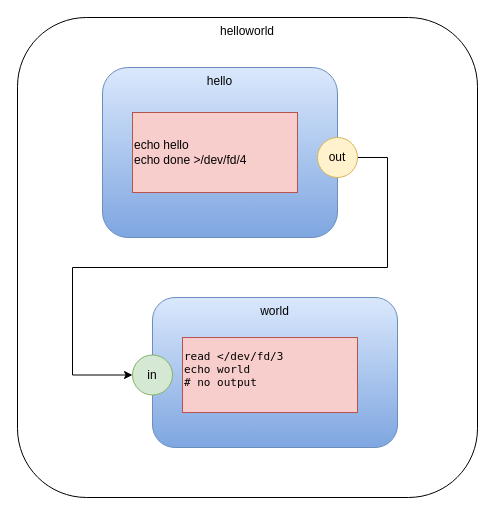
Above: shu-das2py/helloworld.drawio in guitarvydas/app (draw.io), before the change. Source tidied: cells renumbered, new cells numbered last; positions are measured from the earlier drawing's top-left corner, leaving out a move shared by most shapes. Both pictures are drawn from the tidied source at 100%, with x=0, y=0 at pixel (17, 17).
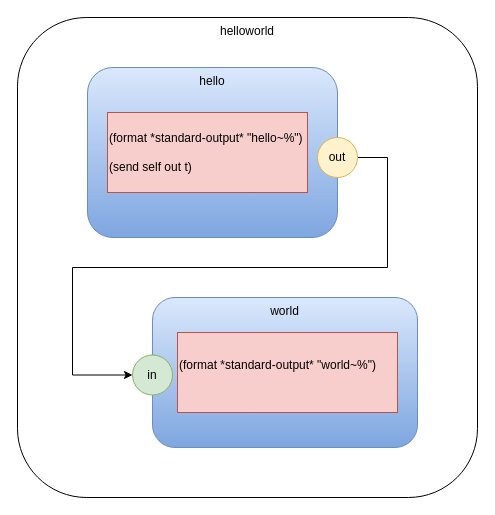
The same diagram, later.

The edit, as a diff of the source:
```diff
@@
 <mxGraphModel>
   <root>
     <mxCell id="0" />
     <mxCell id="1" parent="0" />
     <mxCell id="2" value="helloworld" style="rounded=1;whiteSpace=wrap;html=1;verticalAlign=top;" parent="1" vertex="1">
       <mxGeometry width="460" height="480" as="geometry" />
     </mxCell>
     <mxCell id="3" value="hello" style="rounded=1;whiteSpace=wrap;html=1;gradientColor=#7ea6e0;fillColor=#dae8fc;strokeColor=#6c8ebf;verticalAlign=top;" parent="1" vertex="1">
-      <mxGeometry x="85" y="50" width="235" height="170" as="geometry" />
+      <mxGeometry x="70" y="50" width="250" height="170" as="geometry" />
     </mxCell>
-    <mxCell id="4" value="&lt;div&gt;echo hello&lt;/div&gt;&lt;div&gt;&lt;/div&gt;echo done &amp;gt;/dev/fd/4" style="rounded=0;whiteSpace=wrap;html=1;fillColor=#f8cecc;strokeColor=#b85450;align=left;" parent="1" vertex="1">
-      <mxGeometry x="115" y="95" width="165" height="80" as="geometry" />
+    <mxCell id="4" value="(format *standard-output* &quot;hello~%&quot;)&lt;br&gt;&lt;br&gt;(send self out t)&lt;br&gt;&lt;div&gt;&lt;/div&gt;" style="rounded=0;whiteSpace=wrap;html=1;fillColor=#f8cecc;strokeColor=#b85450;align=left;" parent="1" vertex="1">
+      <mxGeometry x="90" y="95" width="200" height="80" as="geometry" />
     </mxCell>
     <mxCell id="5" style="edgeStyle=orthogonalEdgeStyle;rounded=0;jettySize=auto;html=1;entryX=0;entryY=0.5;entryDx=0;entryDy=0;" parent="1" edge="1" source="6" target="8">
       <mxGeometry relative="1" as="geometry">
         <Array as="points">
           <mxPoint x="370" y="140" />
           <mxPoint x="370" y="250" />
           <mxPoint x="55" y="250" />
           <mxPoint x="55" y="358" />
         </Array>
       </mxGeometry>
     </mxCell>
     <mxCell id="6" value="out" style="ellipse;whiteSpace=wrap;html=1;fillColor=#fff2cc;strokeColor=#d6b656;" parent="1" vertex="1">
       <mxGeometry x="300" y="120" width="40" height="40" as="geometry" />
     </mxCell>
     <mxCell id="7" value="world" style="rounded=1;whiteSpace=wrap;html=1;gradientColor=#7ea6e0;fillColor=#dae8fc;strokeColor=#6c8ebf;verticalAlign=top;" parent="1" vertex="1">
-      <mxGeometry x="135" y="280" width="245" height="150" as="geometry" />
+      <mxGeometry x="135" y="280" width="265" height="150" as="geometry" />
     </mxCell>
     <mxCell id="8" value="in" style="ellipse;whiteSpace=wrap;html=1;fillColor=#d5e8d4;strokeColor=#82b366;" parent="1" vertex="1">
       <mxGeometry x="115" y="337.5" width="40" height="40" as="geometry" />
     </mxCell>
-    <mxCell id="9" value="&lt;p class=&quot;p1&quot; style=&quot;margin: 0px ; font-stretch: normal ; font-size: 11px ; line-height: normal ; font-family: &amp;#34;menlo&amp;#34;&quot;&gt;&lt;span class=&quot;s1&quot;&gt;read &amp;lt;/dev/fd/3&lt;/span&gt;&lt;/p&gt;&lt;p class=&quot;p1&quot; style=&quot;margin: 0px ; font-stretch: normal ; font-size: 11px ; line-height: normal ; font-family: &amp;#34;menlo&amp;#34;&quot;&gt;&lt;span class=&quot;s1&quot;&gt;echo world&lt;/span&gt;&lt;/p&gt;&lt;p class=&quot;p1&quot; style=&quot;margin: 0px ; font-stretch: normal ; font-size: 11px ; line-height: normal ; font-family: &amp;#34;menlo&amp;#34;&quot;&gt;&lt;span class=&quot;s1&quot;&gt;# no output&lt;/span&gt;&lt;/p&gt;&lt;p class=&quot;p1&quot; style=&quot;margin: 0px ; font-stretch: normal ; font-size: 11px ; line-height: normal ; font-family: &amp;#34;menlo&amp;#34;&quot;&gt;&lt;br&gt;&lt;/p&gt;" style="rounded=0;whiteSpace=wrap;html=1;fillColor=#f8cecc;strokeColor=#b85450;align=left;" parent="1" vertex="1">
-      <mxGeometry x="165" y="320" width="175" height="75" as="geometry" />
-    </mxCell>
+    <mxCell id="10" value="(format *standard-output* &quot;world~%&quot;)&lt;br&gt;&lt;br&gt;&lt;div&gt;&lt;/div&gt;" style="rounded=0;whiteSpace=wrap;html=1;fillColor=#f8cecc;strokeColor=#b85450;align=left;" parent="1" vertex="1">
+      <mxGeometry x="160" y="315" width="220" height="80" as="geometry" />
+    </mxCell>
   </root>
 </mxGraphModel>
```
